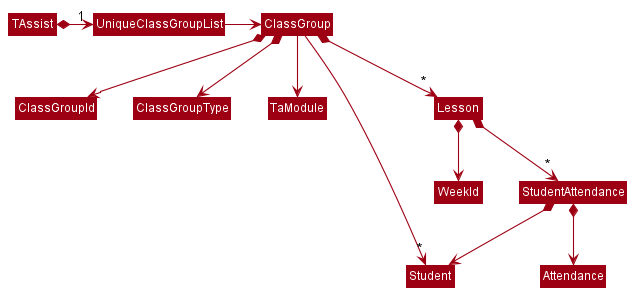
This is docs/images/BetterModelClassGroupClassDiagram.png from nus-cs2103-AY2122S2/tp, a PlantUML export, as it was before one commit.
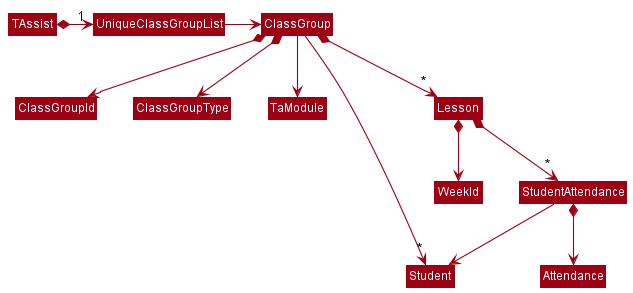
After the commit.

Commit message:
Update Class Group to remove composition

Change to the diagram source:
```diff
@@ -16,6 +16,6 @@
 Lesson *--> WeekId
 Lesson *--> "~*" StudentAttendance
 
-StudentAttendance *--> Student
+StudentAttendance --> Student
 StudentAttendance *--> Attendance
 @enduml
```
